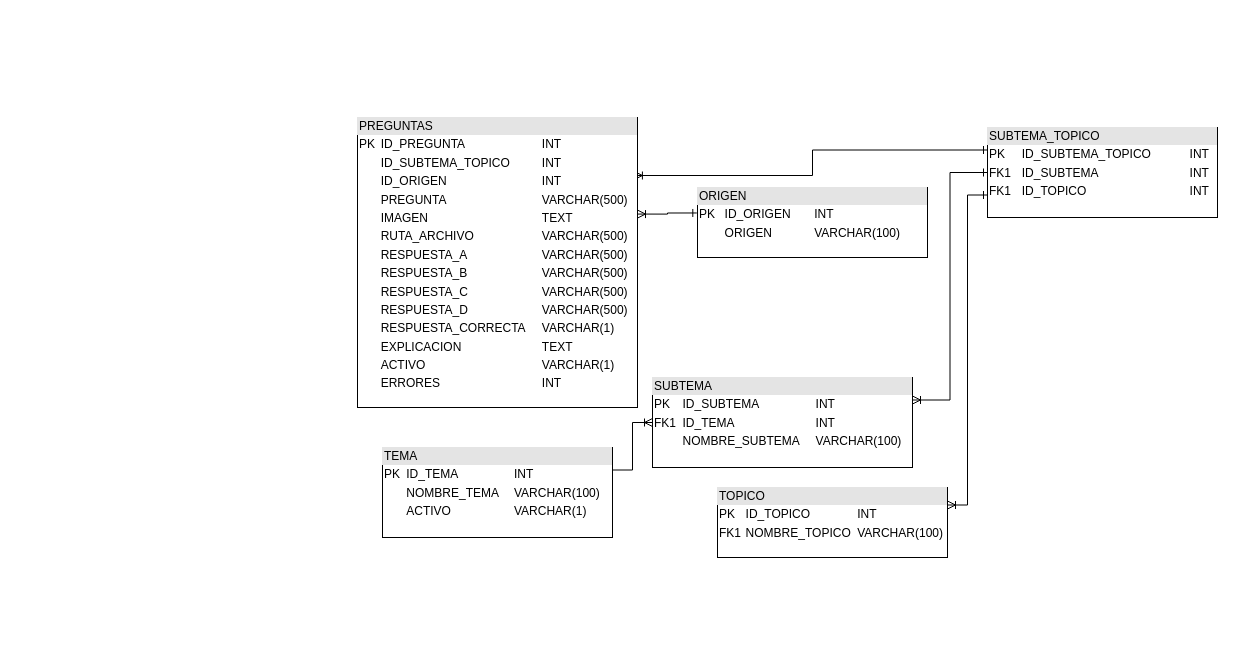
Above: DIAGRAMAS/DIAGRAMA_BD_UML_EXAMTESTER.drawio in AlejandroSaul/EXAMTESTER (draw.io), before the change. Source tidied: cells renumbered, new cells numbered last; positions are measured from the earlier drawing's top-left corner, leaving out a move shared by most shapes. Both pictures are drawn from the tidied source at 100%, with x=0, y=0 at pixel (357, 117).
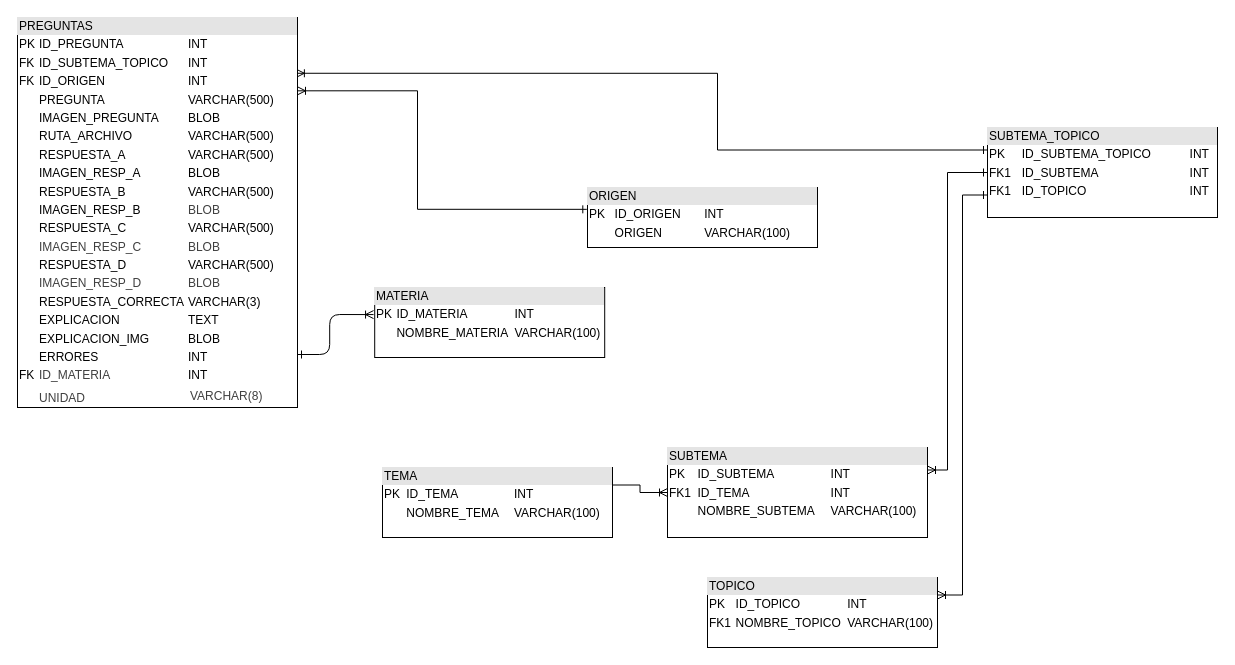
After the change.

Unchanged cells that the change refers to:
```xml
<mxCell id="8" value="&lt;div style=&quot;box-sizing: border-box; width: 100%; background: rgb(228, 228, 228); padding: 2px;&quot;&gt;SUBTEMA_TOPICO&lt;/div&gt;&lt;table style=&quot;width:100%;font-size:1em;&quot; cellpadding=&quot;2&quot; cellspacing=&quot;0&quot;&gt;&lt;tbody&gt;&lt;tr&gt;&lt;td&gt;PK&lt;/td&gt;&lt;td&gt;ID_SUBTEMA_TOPICO&lt;/td&gt;&lt;td&gt;INT&lt;/td&gt;&lt;/tr&gt;&lt;tr&gt;&lt;td&gt;FK1&lt;/td&gt;&lt;td&gt;ID_SUBTEMA&lt;/td&gt;&lt;td&gt;INT&lt;/td&gt;&lt;/tr&gt;&lt;tr&gt;&lt;td&gt;FK1&lt;/td&gt;&lt;td&gt;ID_TOPICO&lt;/td&gt;&lt;td&gt;INT&lt;/td&gt;&lt;/tr&gt;&lt;/tbody&gt;&lt;/table&gt;" style="verticalAlign=top;align=left;overflow=fill;html=1;whiteSpace=wrap;" parent="1" vertex="1">
  <mxGeometry x="630" y="10" width="230" height="90" as="geometry" />
</mxCell>
```

Change to the diagram source:
```diff
@@
-    <mxCell id="3" value="&lt;div style=&quot;box-sizing: border-box; width: 100%; background: rgb(228, 228, 228); padding: 2px;&quot;&gt;TEMA&lt;/div&gt;&lt;table style=&quot;width:100%;font-size:1em;&quot; cellpadding=&quot;2&quot; cellspacing=&quot;0&quot;&gt;&lt;tbody&gt;&lt;tr&gt;&lt;td&gt;PK&lt;/td&gt;&lt;td&gt;ID_TEMA&lt;/td&gt;&lt;td&gt;INT&lt;/td&gt;&lt;/tr&gt;&lt;tr&gt;&lt;td&gt;&lt;br&gt;&lt;/td&gt;&lt;td&gt;NOMBRE_TEMA&lt;/td&gt;&lt;td&gt;VARCHAR(100)&lt;/td&gt;&lt;/tr&gt;&lt;tr&gt;&lt;td&gt;&lt;br&gt;&lt;/td&gt;&lt;td&gt;ACTIVO&lt;/td&gt;&lt;td&gt;VARCHAR(1)&lt;/td&gt;&lt;/tr&gt;&lt;/tbody&gt;&lt;/table&gt;" style="verticalAlign=top;align=left;overflow=fill;html=1;whiteSpace=wrap;" parent="1" vertex="1">
-      <mxGeometry x="25" y="330" width="230" height="90" as="geometry" />
+    <mxCell id="3" value="&lt;div style=&quot;box-sizing: border-box; width: 100%; background: rgb(228, 228, 228); padding: 2px;&quot;&gt;TEMA&lt;/div&gt;&lt;table style=&quot;width:100%;font-size:1em;&quot; cellpadding=&quot;2&quot; cellspacing=&quot;0&quot;&gt;&lt;tbody&gt;&lt;tr&gt;&lt;td&gt;PK&lt;/td&gt;&lt;td&gt;ID_TEMA&lt;/td&gt;&lt;td&gt;INT&lt;/td&gt;&lt;/tr&gt;&lt;tr&gt;&lt;td&gt;&lt;br&gt;&lt;/td&gt;&lt;td&gt;NOMBRE_TEMA&lt;/td&gt;&lt;td&gt;VARCHAR(100)&lt;/td&gt;&lt;/tr&gt;&lt;/tbody&gt;&lt;/table&gt;" style="verticalAlign=top;align=left;overflow=fill;html=1;whiteSpace=wrap;" parent="1" vertex="1">
+      <mxGeometry x="25" y="350" width="230" height="70" as="geometry" />
     </mxCell>
     <mxCell id="4" style="edgeStyle=orthogonalEdgeStyle;rounded=0;jettySize=auto;html=1;entryX=0;entryY=0.5;entryDx=0;entryDy=0;exitX=1;exitY=0.25;exitDx=0;exitDy=0;endArrow=ERone;endFill=0;startArrow=ERoneToMany;startFill=0;" parent="1" edge="1" source="5" target="8">
-      <mxGeometry relative="1" as="geometry" />
+      <mxGeometry relative="1" as="geometry">
+        <Array as="points">
+          <mxPoint x="590" y="353" />
+          <mxPoint x="590" y="55" />
+        </Array>
+      </mxGeometry>
     </mxCell>
     <mxCell id="5" value="&lt;div style=&quot;box-sizing: border-box; width: 100%; background: rgb(228, 228, 228); padding: 2px;&quot;&gt;SUBTEMA&lt;/div&gt;&lt;table style=&quot;width:100%;font-size:1em;&quot; cellpadding=&quot;2&quot; cellspacing=&quot;0&quot;&gt;&lt;tbody&gt;&lt;tr&gt;&lt;td&gt;PK&lt;/td&gt;&lt;td&gt;ID_SUBTEMA&lt;/td&gt;&lt;td&gt;INT&lt;/td&gt;&lt;/tr&gt;&lt;tr&gt;&lt;td&gt;FK1&lt;/td&gt;&lt;td&gt;ID_TEMA&lt;/td&gt;&lt;td&gt;INT&lt;/td&gt;&lt;/tr&gt;&lt;tr&gt;&lt;td&gt;&lt;/td&gt;&lt;td&gt;NOMBRE_SUBTEMA&lt;/td&gt;&lt;td&gt;VARCHAR(100)&lt;/td&gt;&lt;/tr&gt;&lt;/tbody&gt;&lt;/table&gt;" style="verticalAlign=top;align=left;overflow=fill;html=1;whiteSpace=wrap;" parent="1" vertex="1">
-      <mxGeometry x="295" y="260" width="260" height="90" as="geometry" />
+      <mxGeometry x="310" y="330" width="260" height="90" as="geometry" />
     </mxCell>
     <mxCell id="6" value="&lt;div style=&quot;box-sizing: border-box; width: 100%; background: rgb(228, 228, 228); padding: 2px;&quot;&gt;TOPICO&lt;/div&gt;&lt;table style=&quot;width:100%;font-size:1em;&quot; cellpadding=&quot;2&quot; cellspacing=&quot;0&quot;&gt;&lt;tbody&gt;&lt;tr&gt;&lt;td&gt;PK&lt;/td&gt;&lt;td&gt;ID_TOPICO&lt;/td&gt;&lt;td&gt;INT&lt;/td&gt;&lt;/tr&gt;&lt;tr&gt;&lt;td&gt;FK1&lt;/td&gt;&lt;td&gt;NOMBRE_TOPICO&lt;/td&gt;&lt;td&gt;VARCHAR(100)&lt;/td&gt;&lt;/tr&gt;&lt;/tbody&gt;&lt;/table&gt;" style="verticalAlign=top;align=left;overflow=fill;html=1;whiteSpace=wrap;" parent="1" vertex="1">
-      <mxGeometry x="360" y="370" width="230" height="70" as="geometry" />
+      <mxGeometry x="350" y="460" width="230" height="70" as="geometry" />
     </mxCell>
@@
-    <mxCell id="9" style="edgeStyle=orthogonalEdgeStyle;rounded=0;jettySize=auto;html=1;entryX=0;entryY=0.25;entryDx=0;entryDy=0;exitX=0.989;exitY=0.2;exitDx=0;exitDy=0;exitPerimeter=0;endArrow=ERone;endFill=0;startArrow=ERoneToMany;startFill=0;" parent="1" edge="1" source="10" target="8">
-      <mxGeometry relative="1" as="geometry" />
+    <mxCell id="9" style="edgeStyle=orthogonalEdgeStyle;rounded=0;jettySize=auto;html=1;entryX=0;entryY=0.25;entryDx=0;entryDy=0;exitX=0.996;exitY=0.143;exitDx=0;exitDy=0;exitPerimeter=0;endArrow=ERone;endFill=0;startArrow=ERoneToMany;startFill=0;" parent="1" edge="1" source="10" target="8">
+      <mxGeometry relative="1" as="geometry">
+        <Array as="points">
+          <mxPoint x="360" y="-44" />
+          <mxPoint x="360" y="33" />
+        </Array>
+      </mxGeometry>
     </mxCell>
-    <mxCell id="10" value="&lt;div style=&quot;box-sizing: border-box; width: 100%; background: rgb(228, 228, 228); padding: 2px;&quot;&gt;PREGUNTAS&lt;/div&gt;&lt;table style=&quot;width:100%;font-size:1em;&quot; cellpadding=&quot;2&quot; cellspacing=&quot;0&quot;&gt;&lt;tbody&gt;&lt;tr&gt;&lt;td&gt;PK&lt;/td&gt;&lt;td&gt;ID_PREGUNTA&lt;/td&gt;&lt;td&gt;INT&lt;/td&gt;&lt;/tr&gt;&lt;tr&gt;&lt;td&gt;&lt;br&gt;&lt;/td&gt;&lt;td&gt;ID_SUBTEMA_TOPICO&lt;/td&gt;&lt;td&gt;INT&lt;/td&gt;&lt;/tr&gt;&lt;tr&gt;&lt;td&gt;&lt;br&gt;&lt;/td&gt;&lt;td&gt;ID_ORIGEN&lt;/td&gt;&lt;td&gt;INT&lt;/td&gt;&lt;/tr&gt;&lt;tr&gt;&lt;td&gt;&lt;br&gt;&lt;/td&gt;&lt;td&gt;PREGUNTA&lt;/td&gt;&lt;td&gt;VARCHAR(500)&lt;/td&gt;&lt;/tr&gt;&lt;tr&gt;&lt;td&gt;&lt;br&gt;&lt;/td&gt;&lt;td&gt;IMAGEN&lt;/td&gt;&lt;td&gt;TEXT&lt;/td&gt;&lt;/tr&gt;&lt;tr&gt;&lt;td&gt;&lt;br&gt;&lt;/td&gt;&lt;td&gt;RUTA_ARCHIVO&lt;/td&gt;&lt;td&gt;VARCHAR(500)&lt;/td&gt;&lt;/tr&gt;&lt;tr&gt;&lt;td&gt;&lt;br&gt;&lt;/td&gt;&lt;td&gt;RESPUESTA_A&lt;/td&gt;&lt;td&gt;VARCHAR(500)&lt;/td&gt;&lt;/tr&gt;&lt;tr&gt;&lt;td&gt;&lt;br&gt;&lt;/td&gt;&lt;td&gt;RESPUESTA_B&lt;/td&gt;&lt;td&gt;VARCHAR(500)&lt;/td&gt;&lt;/tr&gt;&lt;tr&gt;&lt;td&gt;&lt;br&gt;&lt;/td&gt;&lt;td&gt;RESPUESTA_C&lt;/td&gt;&lt;td&gt;VARCHAR(500)&lt;/td&gt;&lt;/tr&gt;&lt;tr&gt;&lt;td&gt;&lt;br&gt;&lt;/td&gt;&lt;td&gt;RESPUESTA_D&lt;/td&gt;&lt;td&gt;VARCHAR(500)&lt;/td&gt;&lt;/tr&gt;&lt;tr&gt;&lt;td&gt;&lt;br&gt;&lt;/td&gt;&lt;td&gt;RESPUESTA_CORRECTA&lt;/td&gt;&lt;td&gt;VARCHAR(1)&lt;/td&gt;&lt;/tr&gt;&lt;tr&gt;&lt;td&gt;&lt;br&gt;&lt;/td&gt;&lt;td&gt;EXPLICACION&lt;/td&gt;&lt;td&gt;TEXT&lt;/td&gt;&lt;/tr&gt;&lt;tr&gt;&lt;td&gt;&lt;br&gt;&lt;/td&gt;&lt;td&gt;ACTIVO&lt;/td&gt;&lt;td&gt;VARCHAR(1)&lt;/td&gt;&lt;/tr&gt;&lt;tr&gt;&lt;td&gt;&lt;br&gt;&lt;/td&gt;&lt;td&gt;ERRORES&lt;/td&gt;&lt;td&gt;INT&lt;/td&gt;&lt;/tr&gt;&lt;/tbody&gt;&lt;/table&gt;" style="verticalAlign=top;align=left;overflow=fill;html=1;whiteSpace=wrap;" parent="1" vertex="1">
-      <mxGeometry width="280" height="290" as="geometry" />
+    <mxCell id="10" value="&lt;div style=&quot;box-sizing: border-box; width: 100%; background: rgb(228, 228, 228); padding: 2px;&quot;&gt;PREGUNTAS&lt;/div&gt;&lt;table style=&quot;width:100%;font-size:1em;&quot; cellpadding=&quot;2&quot; cellspacing=&quot;0&quot;&gt;&lt;tbody&gt;&lt;tr&gt;&lt;td&gt;PK&lt;/td&gt;&lt;td&gt;ID_PREGUNTA&lt;/td&gt;&lt;td&gt;INT&lt;/td&gt;&lt;/tr&gt;&lt;tr&gt;&lt;td&gt;FK&lt;/td&gt;&lt;td&gt;ID_SUBTEMA_TOPICO&lt;/td&gt;&lt;td&gt;INT&lt;/td&gt;&lt;/tr&gt;&lt;tr&gt;&lt;td&gt;FK&lt;/td&gt;&lt;td&gt;ID_ORIGEN&lt;/td&gt;&lt;td&gt;INT&lt;/td&gt;&lt;/tr&gt;&lt;tr&gt;&lt;td&gt;&lt;br&gt;&lt;/td&gt;&lt;td&gt;PREGUNTA&lt;/td&gt;&lt;td&gt;VARCHAR(500)&lt;/td&gt;&lt;/tr&gt;&lt;tr&gt;&lt;td&gt;&lt;br&gt;&lt;/td&gt;&lt;td&gt;IMAGEN_PREGUNTA&lt;/td&gt;&lt;td&gt;BLOB&lt;/td&gt;&lt;/tr&gt;&lt;tr&gt;&lt;td&gt;&lt;br&gt;&lt;/td&gt;&lt;td&gt;RUTA_ARCHIVO&lt;/td&gt;&lt;td&gt;VARCHAR(500)&lt;/td&gt;&lt;/tr&gt;&lt;tr&gt;&lt;td&gt;&lt;br&gt;&lt;/td&gt;&lt;td&gt;RESPUESTA_A&lt;/td&gt;&lt;td&gt;VARCHAR(500)&lt;/td&gt;&lt;/tr&gt;&lt;tr&gt;&lt;td&gt;&lt;br&gt;&lt;/td&gt;&lt;td&gt;IMAGEN_RESP_A&lt;/td&gt;&lt;td&gt;BLOB&lt;/td&gt;&lt;/tr&gt;&lt;tr&gt;&lt;td&gt;&lt;br&gt;&lt;/td&gt;&lt;td&gt;RESPUESTA_B&lt;/td&gt;&lt;td&gt;VARCHAR(500)&lt;/td&gt;&lt;/tr&gt;&lt;tr&gt;&lt;td&gt;&lt;br&gt;&lt;/td&gt;&lt;td&gt;IMAGEN_RESP_B&lt;/td&gt;&lt;td&gt;&lt;span style=&quot;color: rgb(63, 63, 63);&quot;&gt;BLOB&lt;/span&gt;&lt;/td&gt;&lt;/tr&gt;&lt;tr&gt;&lt;td&gt;&lt;br&gt;&lt;/td&gt;&lt;td&gt;RESPUESTA_C&lt;/td&gt;&lt;td&gt;VARCHAR(500)&lt;/td&gt;&lt;/tr&gt;&lt;tr&gt;&lt;td&gt;&lt;br&gt;&lt;/td&gt;&lt;td&gt;&lt;span style=&quot;color: rgb(63, 63, 63);&quot;&gt;IMAGEN_RESP_C&lt;/span&gt;&lt;/td&gt;&lt;td&gt;&lt;span style=&quot;color: rgb(63, 63, 63);&quot;&gt;BLOB&lt;/span&gt;&lt;/td&gt;&lt;/tr&gt;&lt;tr&gt;&lt;td&gt;&lt;br&gt;&lt;/td&gt;&lt;td&gt;RESPUESTA_D&lt;/td&gt;&lt;td&gt;VARCHAR(500)&lt;/td&gt;&lt;/tr&gt;&lt;tr&gt;&lt;td&gt;&lt;br&gt;&lt;/td&gt;&lt;td&gt;&lt;span style=&quot;color: rgb(63, 63, 63);&quot;&gt;IMAGEN_RESP_D&lt;/span&gt;&lt;/td&gt;&lt;td&gt;&lt;span style=&quot;color: rgb(63, 63, 63);&quot;&gt;BLOB&lt;/span&gt;&lt;/td&gt;&lt;/tr&gt;&lt;tr&gt;&lt;td&gt;&lt;br&gt;&lt;/td&gt;&lt;td&gt;RESPUESTA_CORRECTA&lt;/td&gt;&lt;td&gt;VARCHAR(3)&lt;/td&gt;&lt;/tr&gt;&lt;tr&gt;&lt;td&gt;&lt;br&gt;&lt;/td&gt;&lt;td&gt;EXPLICACION&lt;/td&gt;&lt;td&gt;TEXT&lt;/td&gt;&lt;/tr&gt;&lt;tr&gt;&lt;td&gt;&lt;br&gt;&lt;/td&gt;&lt;td&gt;EXPLICACION_IMG&lt;/td&gt;&lt;td&gt;BLOB&lt;/td&gt;&lt;/tr&gt;&lt;tr&gt;&lt;td&gt;&lt;br&gt;&lt;/td&gt;&lt;td&gt;ERRORES&lt;/td&gt;&lt;td&gt;INT&lt;/td&gt;&lt;/tr&gt;&lt;tr&gt;&lt;td&gt;FK&lt;/td&gt;&lt;td&gt;&lt;span style=&quot;color: rgb(63, 63, 63);&quot;&gt;ID_MATERIA&lt;/span&gt;&lt;/td&gt;&lt;td&gt;INT&lt;/td&gt;&lt;/tr&gt;&lt;tr&gt;&lt;td&gt;&lt;br&gt;&lt;/td&gt;&lt;td&gt;&lt;span style=&quot;color: rgb(63, 63, 63);&quot;&gt;UNIDAD&lt;/span&gt;&lt;/td&gt;&lt;td&gt;&lt;table style=&quot;color: rgb(63, 63, 63); scrollbar-color: rgb(226, 226, 226) rgb(251, 251, 251); font-size: 1em; width: 240px;&quot; cellpadding=&quot;2&quot; cellspacing=&quot;0&quot;&gt;&lt;tbody style=&quot;color: rgb(63, 63, 63); scrollbar-color: rgb(226, 226, 226) rgb(251, 251, 251);&quot;&gt;&lt;tr style=&quot;color: rgb(63, 63, 63); scrollbar-color: rgb(226, 226, 226) rgb(251, 251, 251);&quot;&gt;&lt;td style=&quot;color: rgb(63, 63, 63); scrollbar-color: rgb(226, 226, 226) rgb(251, 251, 251);&quot;&gt;VARCHAR(8)&lt;/td&gt;&lt;/tr&gt;&lt;tr style=&quot;color: rgb(63, 63, 63); scrollbar-color: rgb(226, 226, 226) rgb(251, 251, 251);&quot;&gt;&lt;td style=&quot;color: rgb(63, 63, 63); scrollbar-color: rgb(226, 226, 226) rgb(251, 251, 251);&quot;&gt;&lt;/td&gt;&lt;/tr&gt;&lt;/tbody&gt;&lt;/table&gt;&lt;/td&gt;&lt;/tr&gt;&lt;/tbody&gt;&lt;/table&gt;" style="verticalAlign=top;align=left;overflow=fill;html=1;whiteSpace=wrap;" parent="1" vertex="1">
+      <mxGeometry x="-340" y="-100" width="280" height="390" as="geometry" />
     </mxCell>
     <mxCell id="11" value="&lt;div style=&quot;box-sizing: border-box; width: 100%; background: rgb(228, 228, 228); padding: 2px;&quot;&gt;ORIGEN&lt;/div&gt;&lt;table style=&quot;width:100%;font-size:1em;&quot; cellpadding=&quot;2&quot; cellspacing=&quot;0&quot;&gt;&lt;tbody&gt;&lt;tr&gt;&lt;td&gt;PK&lt;/td&gt;&lt;td&gt;ID_ORIGEN&lt;/td&gt;&lt;td&gt;INT&lt;/td&gt;&lt;/tr&gt;&lt;tr&gt;&lt;td&gt;&lt;br&gt;&lt;/td&gt;&lt;td&gt;ORIGEN&lt;/td&gt;&lt;td&gt;VARCHAR(100)&lt;/td&gt;&lt;/tr&gt;&lt;/tbody&gt;&lt;/table&gt;" style="verticalAlign=top;align=left;overflow=fill;html=1;whiteSpace=wrap;" parent="1" vertex="1">
-      <mxGeometry x="340" y="70" width="230" height="70" as="geometry" />
+      <mxGeometry x="230" y="70" width="230" height="60" as="geometry" />
     </mxCell>
-    <mxCell id="12" style="edgeStyle=orthogonalEdgeStyle;rounded=0;jettySize=auto;html=1;entryX=-0.003;entryY=0.364;entryDx=0;entryDy=0;entryPerimeter=0;endArrow=ERone;endFill=0;startArrow=ERoneToMany;startFill=0;exitX=1;exitY=0.333;exitDx=0;exitDy=0;exitPerimeter=0;" parent="1" edge="1" source="10" target="11">
-      <mxGeometry relative="1" as="geometry" />
+    <mxCell id="12" style="edgeStyle=orthogonalEdgeStyle;rounded=0;jettySize=auto;html=1;entryX=-0.003;entryY=0.364;entryDx=0;entryDy=0;entryPerimeter=0;endArrow=ERone;endFill=0;startArrow=ERoneToMany;startFill=0;exitX=1;exitY=0.188;exitDx=0;exitDy=0;exitPerimeter=0;" parent="1" edge="1" source="10" target="11">
+      <mxGeometry relative="1" as="geometry">
+        <Array as="points">
+          <mxPoint x="60" y="-27" />
+          <mxPoint x="60" y="92" />
+        </Array>
+      </mxGeometry>
     </mxCell>
+    <mxCell id="13" value="&lt;div style=&quot;box-sizing: border-box; width: 100%; background: rgb(228, 228, 228); padding: 2px;&quot;&gt;MATERIA&lt;/div&gt;&lt;table style=&quot;width:100%;font-size:1em;&quot; cellpadding=&quot;2&quot; cellspacing=&quot;0&quot;&gt;&lt;tbody&gt;&lt;tr&gt;&lt;td&gt;PK&lt;/td&gt;&lt;td&gt;ID_MATERIA&lt;/td&gt;&lt;td&gt;INT&lt;/td&gt;&lt;/tr&gt;&lt;tr&gt;&lt;td&gt;&lt;br&gt;&lt;/td&gt;&lt;td&gt;NOMBRE_MATERIA&lt;/td&gt;&lt;td&gt;VARCHAR(100)&lt;/td&gt;&lt;/tr&gt;&lt;/tbody&gt;&lt;/table&gt;" style="verticalAlign=top;align=left;overflow=fill;html=1;whiteSpace=wrap;" parent="1" vertex="1">
+      <mxGeometry x="17.2" y="170" width="230" height="70" as="geometry" />
+    </mxCell>
+    <mxCell id="14" style="edgeStyle=none;html=1;entryX=0.991;entryY=0.838;entryDx=0;entryDy=0;entryPerimeter=0;startArrow=ERoneToMany;startFill=0;endArrow=ERone;endFill=0;exitX=-0.005;exitY=0.387;exitDx=0;exitDy=0;exitPerimeter=0;" parent="1" edge="1" source="13">
+      <mxGeometry relative="1" as="geometry">
+        <mxPoint x="-60" y="237" as="targetPoint" />
+        <Array as="points">
+          <mxPoint x="-27.8" y="197" />
+          <mxPoint x="-27.8" y="237" />
+        </Array>
+      </mxGeometry>
+    </mxCell>
```
